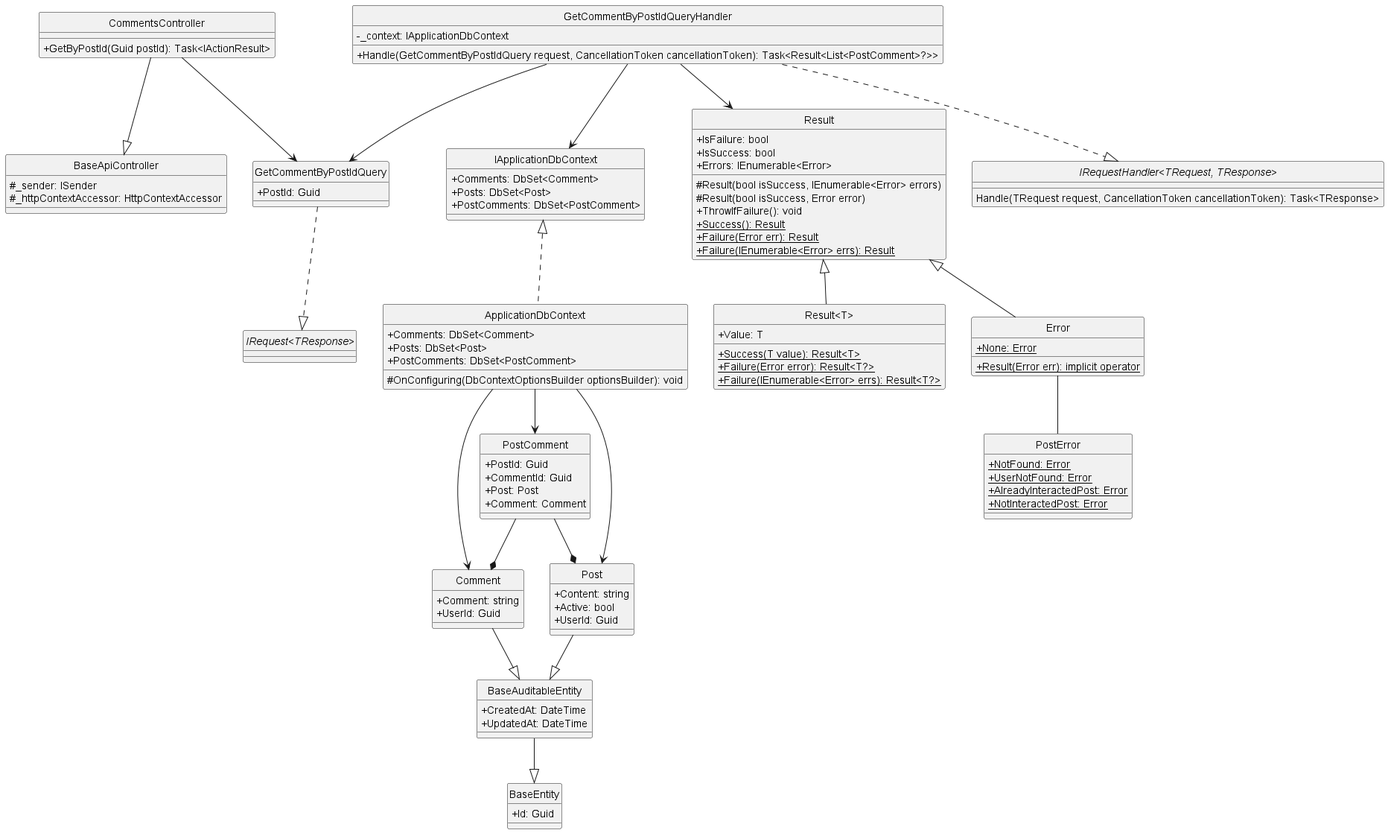
Carl-Johnsons/Chat-Application keeps this PlantUML diagram as docs/Class Diagram/Post/Comment/GetCommentByPostId/ClassDiagram/GetCommentByPostId.png. Above is the earlier version. Source of this version:
```plantuml
@startuml GetCommentByPostId
hide circle
skinparam classAttributeIconSize 0

class BaseApiController {
    #_sender: ISender
    #_httpContextAccessor: HttpContextAccessor
}

class CommentsController {
    +GetByPostId(Guid postId): Task<IActionResult>
}

class GetCommentByPostIdQuery {
    +PostId: Guid
}

class GetCommentByPostIdQueryHandler {
    -_context: IApplicationDbContext
    +Handle(GetCommentByPostIdQuery request, CancellationToken cancellationToken): Task<Result<List<PostComment>?>>
}

class IApplicationDbContext {
    +Comments: DbSet<Comment>
    +Posts: DbSet<Post>
    +PostComments: DbSet<PostComment>
}

class ApplicationDbContext {
    +Comments: DbSet<Comment>
    +Posts: DbSet<Post>
    +PostComments: DbSet<PostComment>
    #OnConfiguring(DbContextOptionsBuilder optionsBuilder): void
}

class Result {
    +IsFailure: bool
    +IsSuccess: bool
    +Errors: IEnumerable<Error>
    #Result(bool isSuccess, IEnumerable<Error> errors)
    #Result(bool isSuccess, Error error)
    +ThrowIfFailure(): void
    +{static} Success(): Result
    +{static} Failure(Error err): Result
    +{static} Failure(IEnumerable<Error> errs): Result
}

class "Result<T>" {
    +Value: T
    +{static} Success(T value): Result<T>
    +{static} Failure(Error error): Result<T?>
    +{static} Failure(IEnumerable<Error> errs): Result<T?>
}

class Error {
    +{static} None: Error
    +{static} Result(Error err): implicit operator
}

class PostError {
    +{static} NotFound: Error
    +{static} UserNotFound: Error
    +{static} AlreadyInteractedPost: Error
    +{static} NotInteractedPost: Error
}

class BaseEntity {
    +Id: Guid
}

class BaseAuditableEntity{
    +CreatedAt: DateTime
    +UpdatedAt: DateTime
}

class Comment {
    +Comment: string
    +UserId: Guid
}

class PostComment {
    +PostId: Guid
    +CommentId: Guid
    +Post: Post
    +Comment: Comment
}

class Post {
    +Content: string
    +Active: bool
    +UserId: Guid
}
interface "IRequest<TResponse>"
interface "IRequestHandler<TRequest, TResponse>"{
    Handle(TRequest request, CancellationToken cancellationToken): Task<TResponse>
}

CommentsController --|> BaseApiController
CommentsController --> GetCommentByPostIdQuery
GetCommentByPostIdQuery ..|> "IRequest<TResponse>"
GetCommentByPostIdQueryHandler ..|> "IRequestHandler<TRequest, TResponse>"
GetCommentByPostIdQueryHandler --> GetCommentByPostIdQuery
GetCommentByPostIdQueryHandler --> Result
GetCommentByPostIdQueryHandler --> IApplicationDbContext
Result <|-- Error
Result <|-- "Result<T>"
Error -- PostError
Comment --|> BaseAuditableEntity
Post --|> BaseAuditableEntity
BaseAuditableEntity --|> BaseEntity
PostComment --* Post
PostComment --* Comment
IApplicationDbContext <|.. ApplicationDbContext
ApplicationDbContext --> Comment
ApplicationDbContext --> PostComment
ApplicationDbContext --> Post
@enduml
```
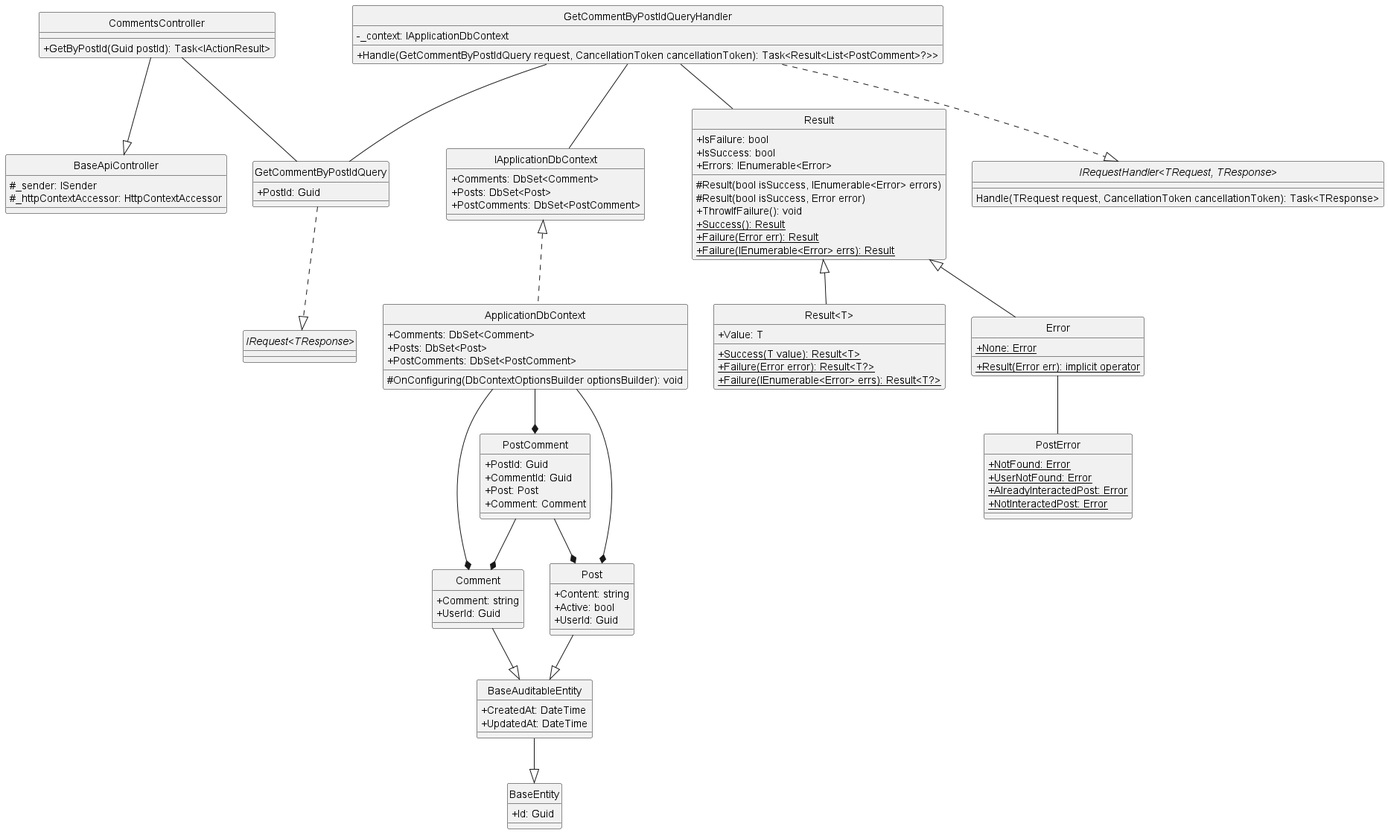
Later version of the same file.

Change to the diagram source:
```diff
@@ -96,12 +96,12 @@
 }
 
 CommentsController --|> BaseApiController
-CommentsController --> GetCommentByPostIdQuery
+CommentsController -- GetCommentByPostIdQuery
 GetCommentByPostIdQuery ..|> "IRequest<TResponse>"
 GetCommentByPostIdQueryHandler ..|> "IRequestHandler<TRequest, TResponse>"
-GetCommentByPostIdQueryHandler --> GetCommentByPostIdQuery
-GetCommentByPostIdQueryHandler --> Result
-GetCommentByPostIdQueryHandler --> IApplicationDbContext
+GetCommentByPostIdQueryHandler -- GetCommentByPostIdQuery
+GetCommentByPostIdQueryHandler -- Result
+GetCommentByPostIdQueryHandler -- IApplicationDbContext
 Result <|-- Error
 Result <|-- "Result<T>"
 Error -- PostError
@@ -111,7 +111,7 @@
 PostComment --* Post
 PostComment --* Comment
 IApplicationDbContext <|.. ApplicationDbContext
-ApplicationDbContext --> Comment
-ApplicationDbContext --> PostComment
-ApplicationDbContext --> Post
+ApplicationDbContext --* Comment
+ApplicationDbContext --* PostComment
+ApplicationDbContext --* Post
 @enduml
```
